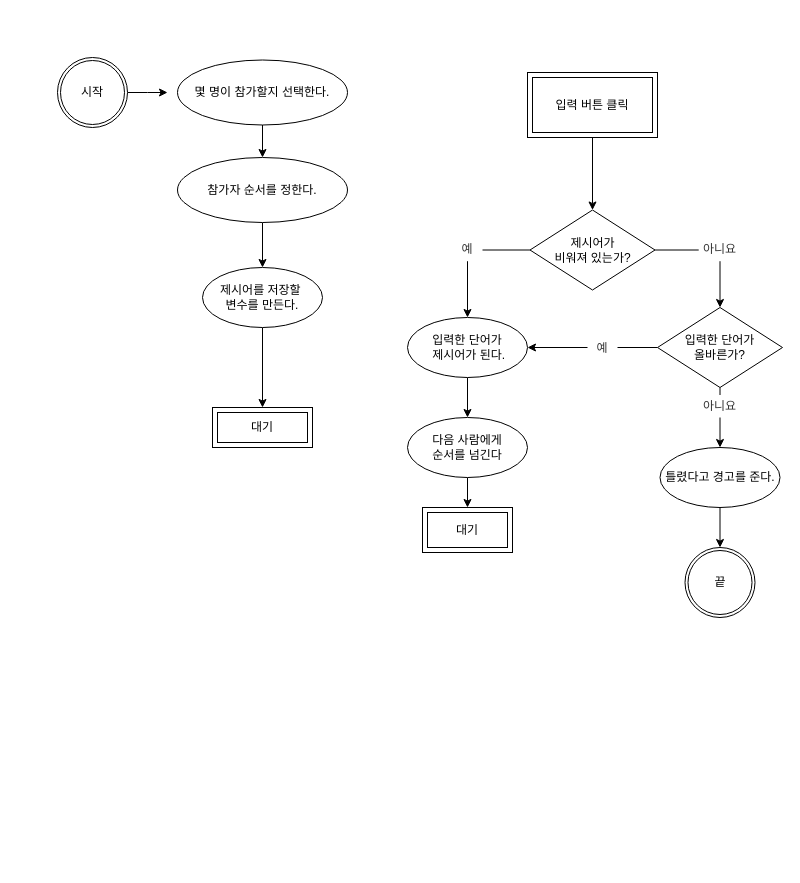
This is let'sGetIt_JS/DOM객체다루기_끝말잇기게임/끝말잇기.drawio from menduck/TIL, a draw.io file, before an edit. Source tidied: cells renumbered, new cells numbered last; positions are measured from the earlier drawing's top-left corner, leaving out a move shared by most shapes. Both pictures are drawn from the tidied source at 100%, with x=0, y=0 at pixel (57, 57).
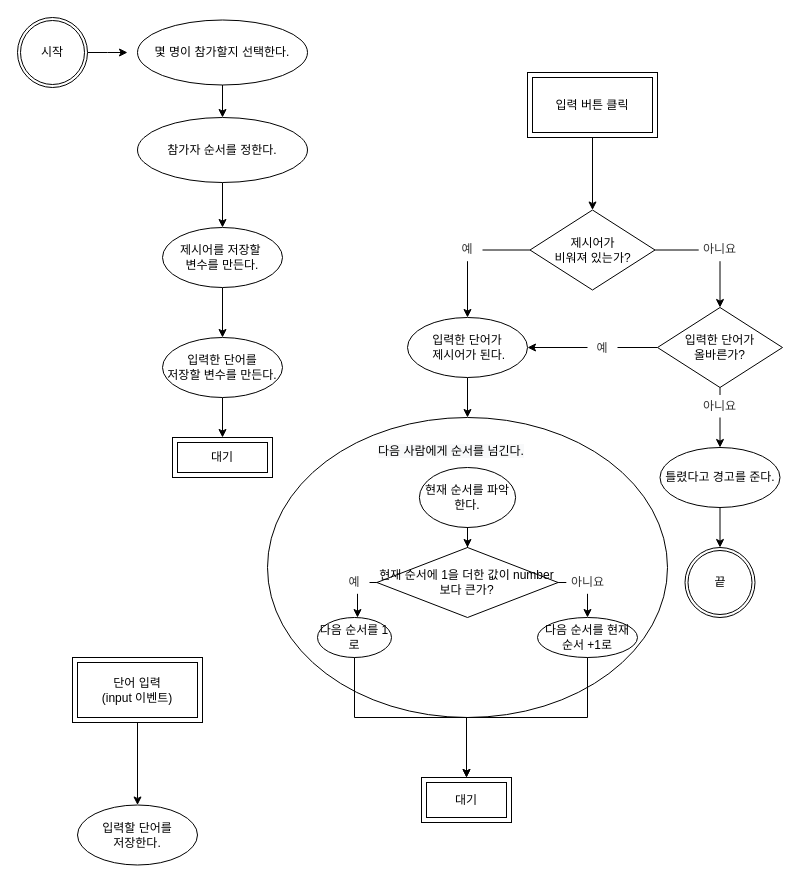
The same page after the edit.

Commit message:
끝말잇기.drawio 최종

What changed in the source:
```diff
@@
     <mxCell id="2" style="edgeStyle=orthogonalEdgeStyle;rounded=0;jettySize=auto;html=1;exitX=1;exitY=0.5;exitDx=0;exitDy=0;" parent="1" edge="1" source="3">
       <mxGeometry relative="1" as="geometry">
-        <mxPoint x="110" y="35" as="targetPoint" />
+        <mxPoint x="70" y="-5" as="targetPoint" />
       </mxGeometry>
     </mxCell>
     <mxCell id="3" value="시작" style="ellipse;shape=doubleEllipse;margin=3;whiteSpace=wrap;html=1;align=center;" parent="1" vertex="1">
-      <mxGeometry width="70" height="70" as="geometry" />
+      <mxGeometry x="-40" y="-40" width="70" height="70" as="geometry" />
     </mxCell>
@@
     <mxCell id="5" value="몇 명이 참가할지 선택한다." style="ellipse;whiteSpace=wrap;html=1;" parent="1" vertex="1">
-      <mxGeometry x="120" y="2.5" width="170" height="65" as="geometry" />
+      <mxGeometry x="80" y="-37.5" width="170" height="65" as="geometry" />
     </mxCell>
@@
     <mxCell id="7" value="참가자 순서를 정한다." style="ellipse;whiteSpace=wrap;html=1;" parent="1" vertex="1">
-      <mxGeometry x="120" y="100" width="170" height="65" as="geometry" />
+      <mxGeometry x="80" y="60" width="170" height="65" as="geometry" />
     </mxCell>
     <mxCell id="8" value="대기" style="shape=ext;margin=3;double=1;whiteSpace=wrap;html=1;align=center;" parent="1" vertex="1">
-      <mxGeometry x="155" y="350" width="100" height="40" as="geometry" />
+      <mxGeometry x="115" y="380" width="100" height="40" as="geometry" />
     </mxCell>
@@
-    <mxCell id="16" style="edgeStyle=orthogonalEdgeStyle;rounded=0;jettySize=auto;html=1;" parent="1" edge="1" source="17" target="18">
-      <mxGeometry relative="1" as="geometry" />
-    </mxCell>
-    <mxCell id="17" value="다음 사람에게 &lt;br&gt;순서를 넘긴다" style="ellipse;whiteSpace=wrap;html=1;" parent="1" vertex="1">
-      <mxGeometry x="350" y="360" width="120" height="60" as="geometry" />
-    </mxCell>
     <mxCell id="18" value="대기" style="shape=ext;margin=3;double=1;whiteSpace=wrap;html=1;align=center;" parent="1" vertex="1">
-      <mxGeometry x="365" y="450" width="90" height="45" as="geometry" />
+      <mxGeometry x="364" y="720" width="90" height="45" as="geometry" />
     </mxCell>
@@
-    <mxCell id="29" style="edgeStyle=orthogonalEdgeStyle;rounded=0;jettySize=auto;html=1;exitX=0.5;exitY=1;exitDx=0;exitDy=0;" parent="1" edge="1" source="30" target="8">
-      <mxGeometry relative="1" as="geometry" />
-    </mxCell>
+    <mxCell id="31" style="edgeStyle=orthogonalEdgeStyle;rounded=0;jettySize=auto;html=1;" parent="1" edge="1" source="30" target="33">
+      <mxGeometry relative="1" as="geometry" />
+    </mxCell>
     <mxCell id="30" value="제시어를 저장할&amp;nbsp;&lt;br&gt;변수를 만든다." style="ellipse;whiteSpace=wrap;html=1;" parent="1" vertex="1">
-      <mxGeometry x="145" y="210" width="120" height="60" as="geometry" />
+      <mxGeometry x="105" y="170" width="120" height="60" as="geometry" />
     </mxCell>
+    <mxCell id="32" style="edgeStyle=orthogonalEdgeStyle;rounded=0;jettySize=auto;html=1;exitX=0.5;exitY=1;exitDx=0;exitDy=0;entryX=0.5;entryY=0;entryDx=0;entryDy=0;" parent="1" edge="1" source="33" target="8">
+      <mxGeometry relative="1" as="geometry" />
+    </mxCell>
+    <mxCell id="33" value="입력한 단어를 &lt;br&gt;저장할 변수를 만든다." style="ellipse;whiteSpace=wrap;html=1;" parent="1" vertex="1">
+      <mxGeometry x="105" y="280" width="120" height="60" as="geometry" />
+    </mxCell>
+    <mxCell id="34" style="edgeStyle=orthogonalEdgeStyle;rounded=0;jettySize=auto;html=1;" parent="1" edge="1" source="35" target="36">
+      <mxGeometry relative="1" as="geometry" />
+    </mxCell>
+    <mxCell id="35" value="단어 입력&lt;br&gt;(input 이벤트)" style="shape=ext;margin=3;double=1;whiteSpace=wrap;html=1;align=center;" parent="1" vertex="1">
+      <mxGeometry x="15" y="600" width="130" height="65" as="geometry" />
+    </mxCell>
+    <mxCell id="36" value="입력할 단어를&lt;br&gt;저장한다." style="ellipse;whiteSpace=wrap;html=1;" parent="1" vertex="1">
+      <mxGeometry x="20" y="747.5" width="120" height="60" as="geometry" />
+    </mxCell>
+    <mxCell id="37" style="group;" parent="1" vertex="1">
+      <mxGeometry x="210" y="360" width="400" height="300" as="geometry" />
+    </mxCell>
+    <mxCell id="17" style="ellipse;whiteSpace=wrap;html=1;" parent="37" vertex="1">
+      <mxGeometry width="400" height="300" as="geometry" />
+    </mxCell>
+    <mxCell id="38" value="&lt;span style=&quot;color: rgb(0, 0, 0); font-family: Helvetica; font-size: 12px; font-style: normal; font-variant-ligatures: normal; font-variant-caps: normal; font-weight: 400; letter-spacing: normal; orphans: 2; text-align: center; text-indent: 0px; text-transform: none; widows: 2; word-spacing: 0px; -webkit-text-stroke-width: 0px; background-color: rgb(248, 249, 250); text-decoration-thickness: initial; text-decoration-style: initial; text-decoration-color: initial; float: none; display: inline !important;&quot;&gt;다음 사람에게&amp;nbsp;&lt;/span&gt;&lt;span style=&quot;color: rgb(0, 0, 0); font-family: Helvetica; font-size: 12px; font-style: normal; font-variant-ligatures: normal; font-variant-caps: normal; font-weight: 400; letter-spacing: normal; orphans: 2; text-align: center; text-indent: 0px; text-transform: none; widows: 2; word-spacing: 0px; -webkit-text-stroke-width: 0px; background-color: rgb(248, 249, 250); text-decoration-thickness: initial; text-decoration-style: initial; text-decoration-color: initial; float: none; display: inline !important;&quot;&gt;순서를 넘긴다.&lt;/span&gt;" style="text;whiteSpace=wrap;html=1;" parent="37" vertex="1">
+      <mxGeometry x="109.4" y="20" width="200" height="20" as="geometry" />
+    </mxCell>
+    <mxCell id="39" value="현재 순서를 파악한다." style="ellipse;whiteSpace=wrap;html=1;rounded=0;fillColor=default;" parent="37" vertex="1">
+      <mxGeometry x="151.9" y="50" width="96.2" height="60" as="geometry" />
+    </mxCell>
+    <mxCell id="40" style="edgeStyle=orthogonalEdgeStyle;rounded=0;jettySize=auto;html=1;exitX=1;exitY=0.5;exitDx=0;exitDy=0;entryX=0.5;entryY=0;entryDx=0;entryDy=0;" parent="37" edge="1" source="41" target="45">
+      <mxGeometry relative="1" as="geometry" />
+    </mxCell>
+    <mxCell id="41" value="현재 순서에 1을 더한 값이 number보다 큰가?" style="rhombus;whiteSpace=wrap;html=1;rounded=0;" parent="37" vertex="1">
+      <mxGeometry x="109.4" y="130" width="181.2" height="70" as="geometry" />
+    </mxCell>
+    <mxCell id="42" style="edgeStyle=orthogonalEdgeStyle;rounded=0;jettySize=auto;html=1;" parent="37" edge="1" source="39" target="41">
+      <mxGeometry relative="1" as="geometry" />
+    </mxCell>
+    <mxCell id="43" value="다음 순서를 1로" style="ellipse;whiteSpace=wrap;html=1;rounded=0;" parent="37" vertex="1">
+      <mxGeometry x="50" y="200" width="74" height="40" as="geometry" />
+    </mxCell>
+    <mxCell id="44" style="edgeStyle=orthogonalEdgeStyle;rounded=0;jettySize=auto;html=1;" parent="37" edge="1" source="41" target="43">
+      <mxGeometry relative="1" as="geometry">
+        <Array as="points">
+          <mxPoint x="90" y="165" />
+        </Array>
+      </mxGeometry>
+    </mxCell>
+    <mxCell id="45" value="다음 순서를 현재 순서 +1로" style="ellipse;whiteSpace=wrap;html=1;rounded=0;" parent="37" vertex="1">
+      <mxGeometry x="270" y="200" width="100" height="40" as="geometry" />
+    </mxCell>
+    <mxCell id="46" value="예" style="text;html=1;strokeColor=none;fillColor=default;align=center;verticalAlign=middle;whiteSpace=wrap;rounded=0;fontColor=#333333;" parent="37" vertex="1">
+      <mxGeometry x="72" y="153.8" width="30" height="22.5" as="geometry" />
+    </mxCell>
+    <mxCell id="47" value="아니요" style="text;html=1;strokeColor=none;fillColor=default;align=center;verticalAlign=middle;whiteSpace=wrap;rounded=0;fontColor=#333333;" parent="37" vertex="1">
+      <mxGeometry x="298.8" y="153.8" width="42.5" height="22.5" as="geometry" />
+    </mxCell>
+    <mxCell id="48" style="edgeStyle=orthogonalEdgeStyle;rounded=0;jettySize=auto;html=1;exitX=0.5;exitY=1;exitDx=0;exitDy=0;entryX=0.5;entryY=0;entryDx=0;entryDy=0;" parent="1" edge="1" source="43" target="18">
+      <mxGeometry relative="1" as="geometry">
+        <Array as="points">
+          <mxPoint x="297" y="660" />
+          <mxPoint x="409" y="660" />
+        </Array>
+      </mxGeometry>
+    </mxCell>
+    <mxCell id="49" style="edgeStyle=orthogonalEdgeStyle;rounded=0;jettySize=auto;html=1;exitX=0.5;exitY=1;exitDx=0;exitDy=0;entryX=0.5;entryY=0;entryDx=0;entryDy=0;" parent="1" edge="1" source="45" target="18">
+      <mxGeometry relative="1" as="geometry" />
+    </mxCell>
```
